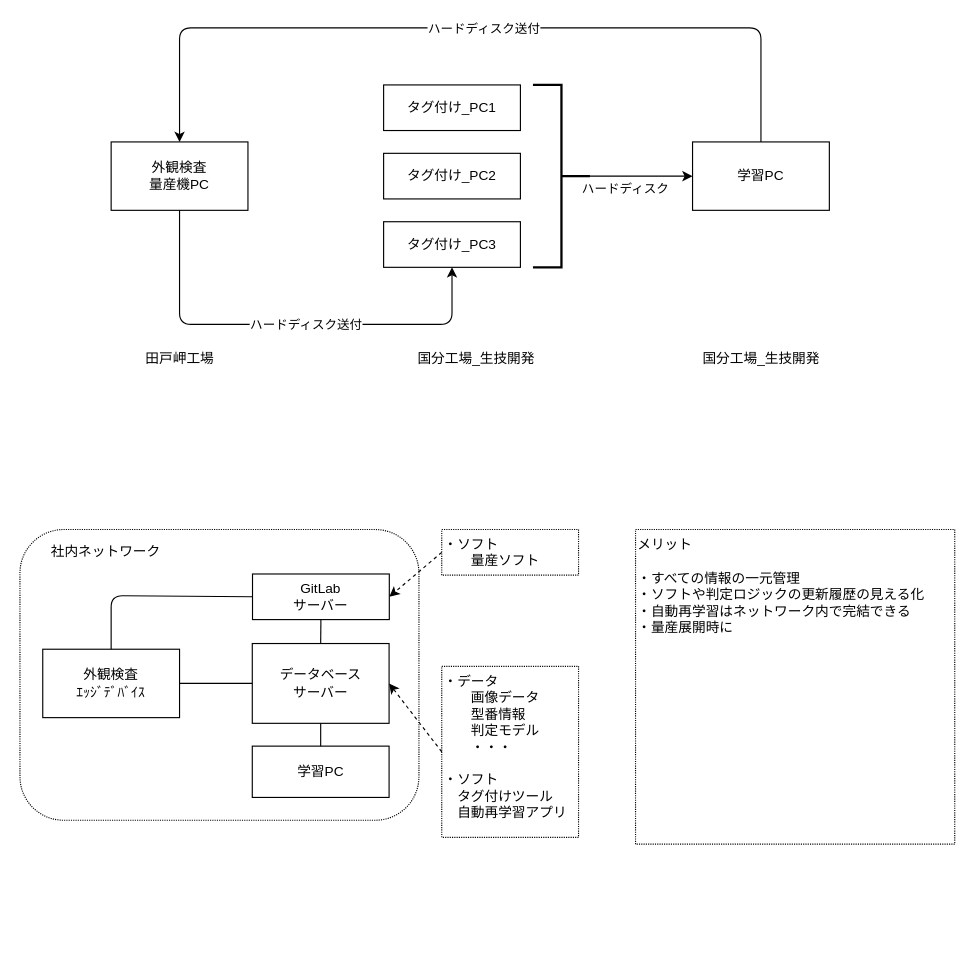
Earlier version of the draw.io diagram images/ﾈｯﾄﾜｰｸイメージ.drawio (Flamingo-G/hello-world). Source tidied: cells renumbered, new cells numbered last; positions are measured from the earlier drawing's top-left corner, leaving out a move shared by most shapes. Both pictures are drawn from the tidied source at 114%, with x=0, y=0 at pixel (19, 27). Pictures stored in the file or linked from it are replaced by grey dashed boxes.
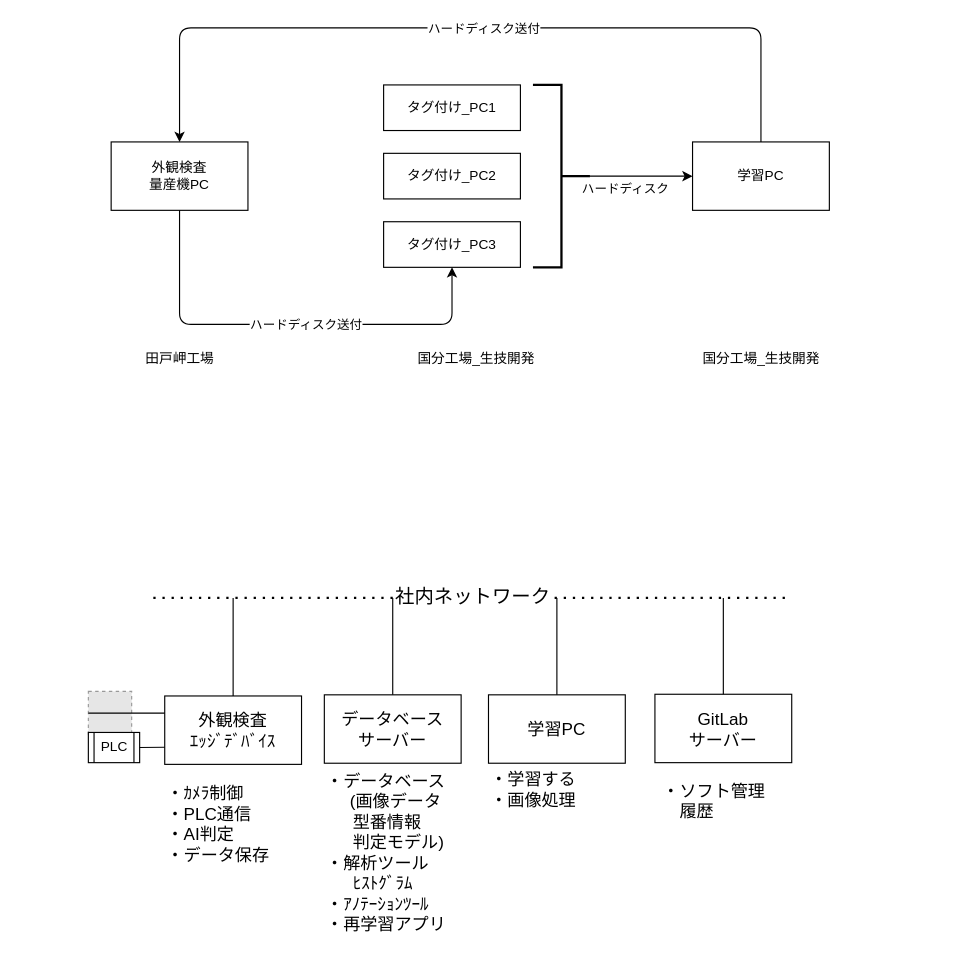
The same diagram, later.

Commit message:
ﾈｯﾄﾜｰｸイメージ.drawio を更新します

The edit, as a diff of the source:
```diff
@@
-    <mxCell id="2" style="rounded=1;whiteSpace=wrap;html=1;dashed=1;dashPattern=1 1;align=left;" parent="1" vertex="1">
-      <mxGeometry y="440" width="350" height="255" as="geometry" />
-    </mxCell>
@@
-    <mxCell id="17" value="外観検査&lt;br&gt;ｴｯｼﾞﾃﾞﾊﾞｲｽ" style="rounded=0;whiteSpace=wrap;html=1;" parent="1" vertex="1">
-      <mxGeometry x="20" y="545" width="120" height="60" as="geometry" />
+    <mxCell id="17" value="外観検査&lt;br style=&quot;font-size: 15px;&quot;&gt;ｴｯｼﾞﾃﾞﾊﾞｲｽ" style="rounded=0;whiteSpace=wrap;html=1;fontSize=15;" parent="1" vertex="1">
+      <mxGeometry x="127" y="586" width="120" height="60" as="geometry" />
     </mxCell>
-    <mxCell id="18" value="データベース&lt;br&gt;サーバー" style="rounded=0;whiteSpace=wrap;html=1;" parent="1" vertex="1">
-      <mxGeometry x="203.8" y="540" width="120" height="70" as="geometry" />
+    <mxCell id="18" value="データベース&lt;br style=&quot;font-size: 15px;&quot;&gt;サーバー" style="rounded=0;whiteSpace=wrap;html=1;fontSize=15;" parent="1" vertex="1">
+      <mxGeometry x="267" y="585" width="120" height="60" as="geometry" />
     </mxCell>
-    <mxCell id="19" value="学習PC" style="rounded=0;whiteSpace=wrap;html=1;" parent="1" vertex="1">
-      <mxGeometry x="203.8" y="630" width="120" height="45" as="geometry" />
+    <mxCell id="19" value="学習PC" style="rounded=0;whiteSpace=wrap;html=1;fontSize=15;" parent="1" vertex="1">
+      <mxGeometry x="411" y="585" width="120" height="60" as="geometry" />
     </mxCell>
-    <mxCell id="20" value="GitLab&lt;br&gt;サーバー" style="rounded=0;whiteSpace=wrap;html=1;" parent="1" vertex="1">
-      <mxGeometry x="204" y="479" width="120" height="40" as="geometry" />
+    <mxCell id="20" value="GitLab&lt;br style=&quot;font-size: 15px;&quot;&gt;サーバー" style="rounded=0;whiteSpace=wrap;html=1;fontSize=15;" parent="1" vertex="1">
+      <mxGeometry x="557" y="584.5" width="120" height="60" as="geometry" />
     </mxCell>
@@
-    <mxCell id="22" style="endArrow=none;html=1;exitX=1;exitY=0.5;exitDx=0;exitDy=0;entryX=0;entryY=0.5;entryDx=0;entryDy=0;" parent="1" edge="1" source="17" target="18">
-      <mxGeometry relative="1" as="geometry" />
-    </mxCell>
-    <mxCell id="23" style="endArrow=none;html=1;entryX=0.5;entryY=1;entryDx=0;entryDy=0;" parent="1" edge="1" source="19" target="18">
-      <mxGeometry relative="1" as="geometry" />
-    </mxCell>
-    <mxCell id="24" value="・データ&lt;br&gt;　　画像データ&lt;br&gt;　　型番情報&lt;br&gt;　　判定モデル&lt;br&gt;　　・・・&lt;br&gt;&lt;br&gt;・ソフト&lt;br&gt;　タグ付けツール&lt;br&gt;　自動再学習アプリ" style="rounded=0;whiteSpace=wrap;html=1;align=left;verticalAlign=top;dashed=1;dashPattern=1 1;" parent="1" vertex="1">
-      <mxGeometry x="370" y="560" width="120" height="150" as="geometry" />
-    </mxCell>
-    <mxCell id="25" style="endArrow=none;html=1;exitX=0;exitY=0.5;exitDx=0;exitDy=0;entryX=0.5;entryY=0;entryDx=0;entryDy=0;" parent="1" edge="1" source="20" target="17">
-      <mxGeometry relative="1" as="geometry">
-        <Array as="points">
-          <mxPoint x="80" y="498" />
-        </Array>
-      </mxGeometry>
-    </mxCell>
-    <mxCell id="26" style="endArrow=classic;html=1;entryX=1;entryY=0.5;entryDx=0;entryDy=0;exitX=0;exitY=0.5;exitDx=0;exitDy=0;dashed=1;" parent="1" edge="1" source="24" target="18">
-      <mxGeometry relative="1" as="geometry" />
-    </mxCell>
+    <mxCell id="28" style="edgeStyle=orthogonalEdgeStyle;rounded=0;orthogonalLoop=1;jettySize=auto;html=1;exitX=0.5;exitY=1;exitDx=0;exitDy=0;dashed=1;" parent="1" edge="1" source="19" target="19">
+      <mxGeometry relative="1" as="geometry" />
+    </mxCell>
+    <mxCell id="33" style="fillColor=#E6E6E6;strokeColor=#999999;dashed=1;html=1;verticalAlign=top;verticalLabelPosition=bottom;labelBackgroundColor=#ffffff;fontSize=16;" parent="1" vertex="1">
+      <mxGeometry x="60" y="582" width="38" height="38" as="geometry" />
+    </mxCell>
+    <mxCell id="34" style="endArrow=none;html=1;fontSize=16;entryX=0;entryY=0.5;entryDx=0;entryDy=0;exitX=0;exitY=0.25;exitDx=0;exitDy=0;" parent="1" edge="1" source="17" target="33">
+      <mxGeometry relative="1" as="geometry" />
+    </mxCell>
+    <mxCell id="35" value="PLC" style="shape=process;whiteSpace=wrap;html=1;backgroundOutline=1;fontSize=12;" parent="1" vertex="1">
+      <mxGeometry x="60" y="618" width="45" height="26.5" as="geometry" />
+    </mxCell>
+    <mxCell id="36" style="endArrow=none;html=1;fontSize=16;entryX=0;entryY=0.75;entryDx=0;entryDy=0;exitX=1;exitY=0.5;exitDx=0;exitDy=0;" parent="1" edge="1" source="35" target="17">
+      <mxGeometry relative="1" as="geometry" />
+    </mxCell>
-    <mxCell id="27" value="社内ネットワーク" style="text;html=1;align=center;verticalAlign=middle;" parent="1" vertex="1">
-      <mxGeometry x="20" y="450" width="110" height="20" as="geometry" />
+    <mxCell id="27" value="社内ネットワーク" style="endArrow=none;dashed=1;html=1;dashPattern=1 3;strokeWidth=2;fontSize=17;" parent="1" edge="1">
+      <mxGeometry relative="1" as="geometry">
+        <mxPoint x="117" y="500" as="sourcePoint" />
+        <mxPoint x="677" y="500" as="targetPoint" />
+      </mxGeometry>
     </mxCell>
-    <mxCell id="28" style="edgeStyle=orthogonalEdgeStyle;rounded=0;orthogonalLoop=1;jettySize=auto;html=1;exitX=0.5;exitY=1;exitDx=0;exitDy=0;dashed=1;" parent="1" edge="1" source="19" target="19">
-      <mxGeometry relative="1" as="geometry" />
-    </mxCell>
-    <mxCell id="29" style="endArrow=none;html=1;entryX=0.5;entryY=1;entryDx=0;entryDy=0;exitX=0.5;exitY=0;exitDx=0;exitDy=0;" parent="1" edge="1" source="18" target="20">
-      <mxGeometry relative="1" as="geometry" />
-    </mxCell>
-    <mxCell id="30" value="・ソフト&lt;br&gt;　　量産ソフト" style="rounded=0;whiteSpace=wrap;html=1;align=left;verticalAlign=top;dashed=1;dashPattern=1 1;" parent="1" vertex="1">
-      <mxGeometry x="370" y="440" width="120" height="40" as="geometry" />
-    </mxCell>
-    <mxCell id="31" style="endArrow=classic;html=1;entryX=1;entryY=0.5;entryDx=0;entryDy=0;exitX=0;exitY=0.5;exitDx=0;exitDy=0;dashed=1;" parent="1" edge="1" source="30" target="20">
-      <mxGeometry relative="1" as="geometry" />
-    </mxCell>
-    <mxCell id="32" value="メリット&lt;br&gt;&lt;br&gt;・すべての情報の一元管理&lt;br&gt;・ソフトや判定ロジックの更新履歴の見える化&lt;br&gt;・自動再学習はネットワーク内で完結できる&lt;br&gt;・量産展開時に" style="rounded=0;whiteSpace=wrap;html=1;align=left;verticalAlign=top;dashed=1;dashPattern=1 1;" parent="1" vertex="1">
-      <mxGeometry x="540" y="440" width="280" height="276" as="geometry" />
-    </mxCell>
+    <mxCell id="37" style="endArrow=none;html=1;fontSize=17;" parent="1" edge="1" target="17">
+      <mxGeometry relative="1" as="geometry">
+        <mxPoint x="187" y="500" as="sourcePoint" />
+      </mxGeometry>
+    </mxCell>
+    <mxCell id="38" style="endArrow=none;html=1;fontSize=17;exitX=0.5;exitY=0;exitDx=0;exitDy=0;" parent="1" edge="1" source="18">
+      <mxGeometry relative="1" as="geometry">
+        <mxPoint x="327" y="500" as="targetPoint" />
+      </mxGeometry>
+    </mxCell>
+    <mxCell id="39" style="endArrow=none;html=1;fontSize=17;exitX=0.5;exitY=0;exitDx=0;exitDy=0;" parent="1" edge="1" source="19">
+      <mxGeometry relative="1" as="geometry">
+        <mxPoint x="471" y="500" as="targetPoint" />
+      </mxGeometry>
+    </mxCell>
+    <mxCell id="40" style="endArrow=none;html=1;fontSize=17;entryX=0.5;entryY=0;entryDx=0;entryDy=0;" parent="1" edge="1" target="20">
+      <mxGeometry relative="1" as="geometry">
+        <mxPoint x="617" y="500" as="sourcePoint" />
+      </mxGeometry>
+    </mxCell>
+    <mxCell id="41" value="・ｶﾒﾗ制御&lt;br&gt;&lt;div&gt;&lt;span&gt;・PLC通信&lt;/span&gt;&lt;/div&gt;&lt;div&gt;&lt;span&gt;・AI判定&lt;/span&gt;&lt;/div&gt;&lt;div&gt;&lt;span&gt;・データ保存&lt;/span&gt;&lt;/div&gt;" style="text;html=1;align=left;verticalAlign=middle;fontSize=15;" parent="1" vertex="1">
+      <mxGeometry x="127" y="657.5" width="110" height="80" as="geometry" />
+    </mxCell>
+    <mxCell id="42" value="・データベース&lt;br&gt;&amp;nbsp; &amp;nbsp; &amp;nbsp;(画像データ&lt;br&gt;　&amp;nbsp; 型番情報&lt;br&gt;　&amp;nbsp; 判定モデル)&lt;br&gt;・解析ツール&lt;br&gt;　&amp;nbsp; ﾋｽﾄｸﾞﾗﾑ&lt;br&gt;・ｱﾉﾃｰｼｮﾝﾂｰﾙ&lt;br&gt;・再学習アプリ" style="text;html=1;align=left;verticalAlign=middle;fontSize=15;" parent="1" vertex="1">
+      <mxGeometry x="267" y="647.5" width="120" height="150" as="geometry" />
+    </mxCell>
+    <mxCell id="43" value="・学習する&lt;br&gt;・画像処理" style="text;html=1;align=left;verticalAlign=middle;fontSize=15;" parent="1" vertex="1">
+      <mxGeometry x="411" y="647.5" width="90" height="40" as="geometry" />
+    </mxCell>
+    <mxCell id="44" value="・ソフト管理&lt;br&gt;　履歴" style="text;html=1;align=left;verticalAlign=middle;fontSize=15;" parent="1" vertex="1">
+      <mxGeometry x="562" y="657.5" width="110" height="40" as="geometry" />
+    </mxCell>
```
